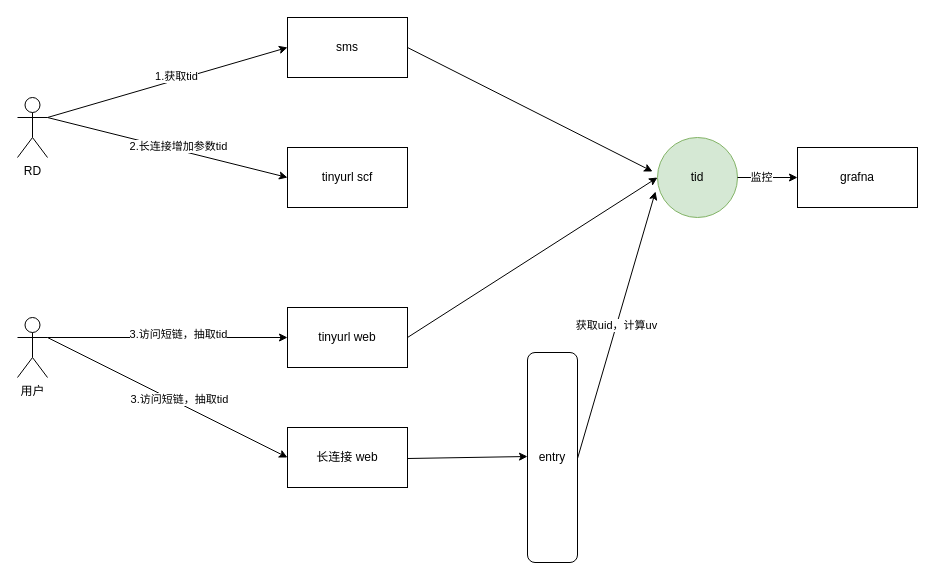
This is page "第 2 页" (2 of 2) of tech/zzidc/zzidc.drawio from zhuanzhuan-tech/arch-draw-io, a draw.io file, before an edit. Source tidied: cells renumbered, new cells numbered last; positions are measured from the earlier drawing's top-left corner, leaving out a move shared by most shapes. Both pictures are drawn from the tidied source at 100%, with x=0, y=0 at pixel (17, 17).
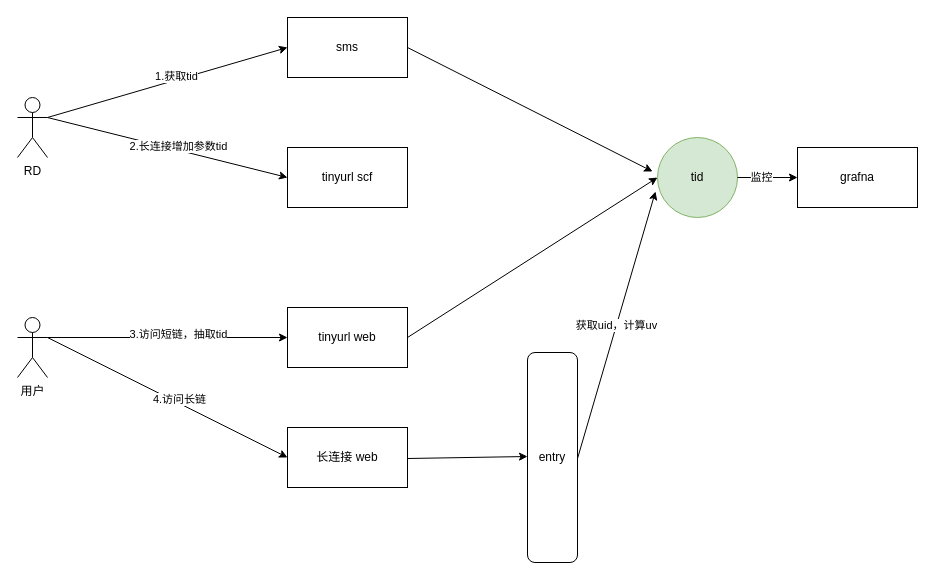
Above is the later version.

Unchanged cells that the change refers to:
```xml
<mxCell id="21" style="endArrow=classic;html=1;rounded=0;entryX=0;entryY=0.5;entryDx=0;entryDy=0;" parent="1" edge="1" target="20">
  <mxGeometry relative="1" as="geometry">
    <mxPoint x="30" y="320" as="sourcePoint" />
  </mxGeometry>
</mxCell>
```

The edit, as a diff of the source:
```diff
@@
-    <mxCell id="22" value="3.访问短链，抽取tid" style="edgeLabel;html=1;align=center;verticalAlign=middle;" parent="21" vertex="1">
+    <mxCell id="22" value="4.访问长链" style="edgeLabel;html=1;align=center;verticalAlign=middle;" parent="21" vertex="1">
       <mxGeometry x="0.08" y="4" relative="1" as="geometry" />
     </mxCell>
```
